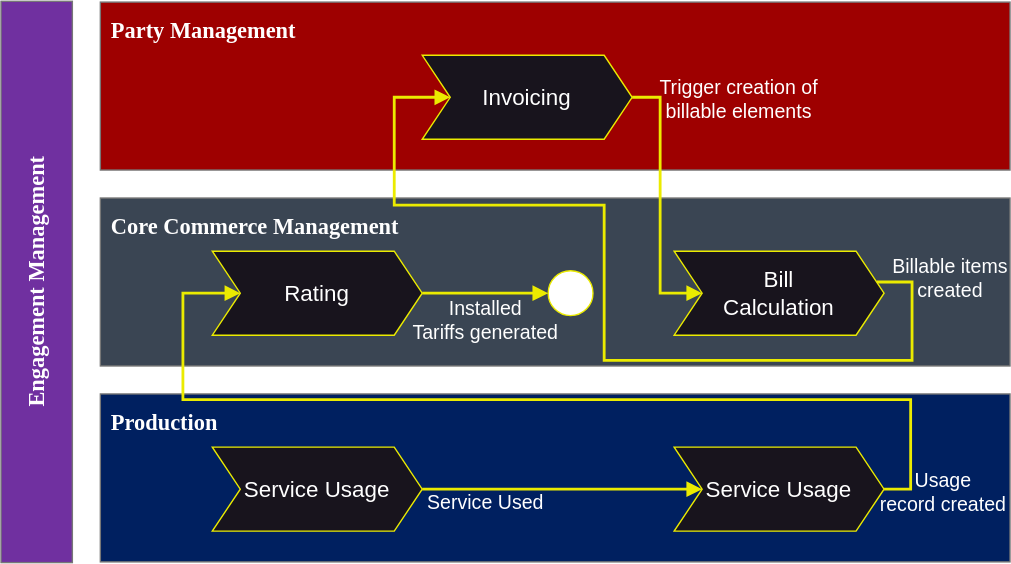
The draw.io diagram src/ARCHITECTURE/charging_billing_overview.svg in distributed-it-for-telco/distributed-rating-doc, before a commit. Source tidied: cells renumbered, new cells last; positions are measured from the earlier drawing's top-left corner, leaving out a move shared by most shapes.
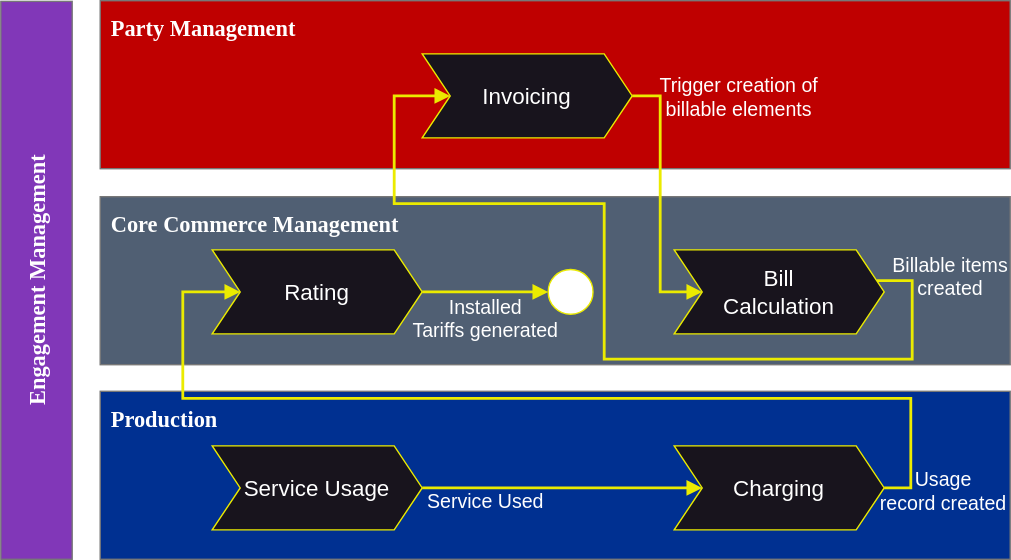
Later version of the same file.

Commit message:
refactor: Separating mermaid diagrams into mmd files

Diff of the diagram source:
```diff
@@ -2,17 +2,17 @@
   <root>
     <mxCell id="0" />
     <mxCell id="1" parent="0" />
-    <mxCell id="2" value="Engagement Management" style="rounded=0;whiteSpace=wrap;html=1;fillColor=#7030a0;rotation=-90;fontStyle=1;fontSize=16;fontFamily=Verdana;strokeColor=#777777;fontColor=#FFFFFF;glass=0;shadow=0;" parent="1" vertex="1">
-      <mxGeometry y="174.5" width="401.1" height="51" as="geometry" />
+    <mxCell id="2" value="Engagement Management" style="rounded=0;whiteSpace=wrap;html=1;fillColor=#8137B8;rotation=-90;fontStyle=1;fontSize=16;fontFamily=Verdana;strokeColor=#777777;fontColor=#FFFFFF;glass=0;shadow=0;imageHeight=24;" parent="1" vertex="1">
+      <mxGeometry x="1.2" y="174.3" width="398.5" height="51" as="geometry" />
     </mxCell>
-    <mxCell id="3" value="Party Management" style="rounded=0;whiteSpace=wrap;html=1;fillColor=#9E0000;fontStyle=1;fontSize=16;labelPosition=center;verticalLabelPosition=middle;align=left;verticalAlign=top;horizontal=1;spacingTop=4;spacingBottom=0;spacingRight=0;fontFamily=Verdana;strokeColor=#777777;fontColor=#FFFFFF;spacingLeft=6;" parent="1" vertex="1">
+    <mxCell id="3" value="Party Management" style="rounded=0;whiteSpace=wrap;html=1;fillColor=#BF0000;fontStyle=1;fontSize=16;labelPosition=center;verticalLabelPosition=middle;align=left;verticalAlign=top;horizontal=1;spacingTop=4;spacingBottom=0;spacingRight=0;fontFamily=Verdana;strokeColor=#777777;fontColor=#FFFFFF;spacingLeft=6;" parent="1" vertex="1">
       <mxGeometry x="246" width="650" height="120" as="geometry" />
     </mxCell>
-    <mxCell id="4" value="Core Commerce Management" style="rounded=0;whiteSpace=wrap;html=1;fillColor=#3a4553;fontStyle=1;fontSize=16;labelPosition=center;verticalLabelPosition=middle;align=left;verticalAlign=top;horizontal=1;spacingTop=4;spacingBottom=0;spacingRight=0;fontFamily=Verdana;strokeColor=#777777;fontColor=#FFFFFF;spacingLeft=6;" parent="1" vertex="1">
+    <mxCell id="4" value="Core Commerce Management" style="rounded=0;whiteSpace=wrap;html=1;fillColor=#505F73;fontStyle=1;fontSize=16;labelPosition=center;verticalLabelPosition=middle;align=left;verticalAlign=top;horizontal=1;spacingTop=4;spacingBottom=0;spacingRight=0;fontFamily=Verdana;strokeColor=#777777;fontColor=#FFFFFF;spacingLeft=6;" parent="1" vertex="1">
       <mxGeometry x="246" y="140" width="650" height="120" as="geometry" />
     </mxCell>
-    <mxCell id="5" value="Production" style="rounded=0;whiteSpace=wrap;html=1;fillColor=#002060;fontStyle=1;fontSize=16;labelPosition=center;verticalLabelPosition=middle;align=left;verticalAlign=top;horizontal=1;spacingTop=4;spacingBottom=0;spacingRight=0;fontFamily=Verdana;strokeColor=#777777;fontColor=#FFFFFF;spacingLeft=6;" parent="1" vertex="1">
-      <mxGeometry x="246" y="280" width="650" height="120" as="geometry" />
+    <mxCell id="5" value="Production" style="rounded=0;whiteSpace=wrap;html=1;fillColor=#003091;fontStyle=1;fontSize=16;labelPosition=center;verticalLabelPosition=middle;align=left;verticalAlign=top;horizontal=1;spacingTop=4;spacingBottom=0;spacingRight=0;fontFamily=Verdana;strokeColor=#777777;fontColor=#FFFFFF;spacingLeft=6;" parent="1" vertex="1">
+      <mxGeometry x="246" y="279" width="650" height="120" as="geometry" />
     </mxCell>
     <mxCell id="6" style="edgeStyle=orthogonalEdgeStyle;rounded=0;jettySize=auto;html=1;entryX=0;entryY=0.5;entryDx=0;entryDy=0;strokeWidth=2;endArrow=block;endFill=1;strokeColor=#EBEB00;fontColor=#FFFFFF;" parent="1" edge="1" source="7" target="20">
       <mxGeometry relative="1" as="geometry" />
@@ -46,7 +46,7 @@
         <mxPoint x="279" y="62" as="offset" />
       </mxGeometry>
     </mxCell>
-    <mxCell id="13" value="Service Usage" style="shape=step;perimeter=stepPerimeter;whiteSpace=wrap;html=1;fixedSize=1;fontSize=16;fontColor=#FFFFFF;strokeColor=#EBEB00;" parent="1" vertex="1">
+    <mxCell id="13" value="Charging" style="shape=step;perimeter=stepPerimeter;whiteSpace=wrap;html=1;fixedSize=1;fontSize=16;fontColor=#FFFFFF;strokeColor=#EBEB00;" parent="1" vertex="1">
       <mxGeometry x="656" y="318" width="150" height="60" as="geometry" />
     </mxCell>
     <mxCell id="14" style="edgeStyle=orthogonalEdgeStyle;rounded=0;jettySize=auto;html=1;entryX=0;entryY=0.5;entryDx=0;entryDy=0;strokeWidth=2;endArrow=block;endFill=1;fontColor=#FFFFFF;strokeColor=#EBEB00;" parent="1" edge="1" source="16" target="19">
```
